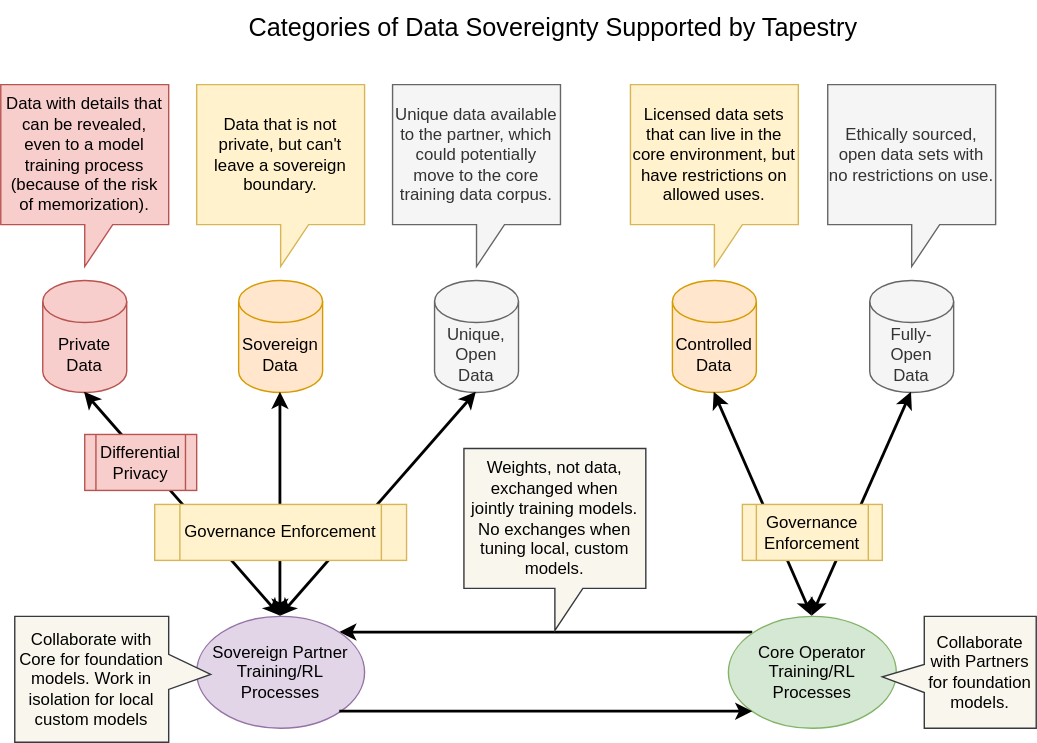
Earlier version of the draw.io export tech-docs/architecture/diagrams/data-sovereignty.svg (The-AI-Alliance/tapestry). Source tidied: cells renumbered, new cells last; positions are measured from the earlier drawing's top-left corner, leaving out a move shared by most shapes.
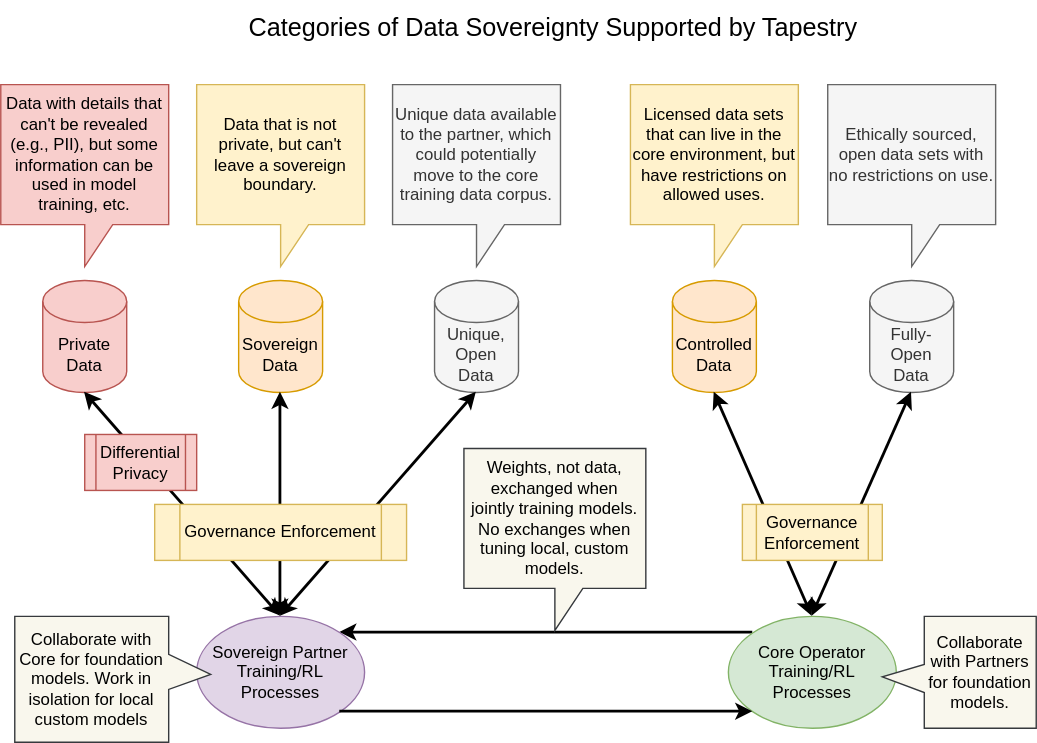
After the change.

Commit message:
Fixed bug in diagram.

What changed in the source:
```diff
@@ -32,7 +32,7 @@
     <mxCell id="11" style="endArrow=classic;startArrow=classic;html=1;rounded=0;entryX=0.5;entryY=1;entryDx=0;entryDy=0;entryPerimeter=0;exitX=0.5;exitY=0;exitDx=0;exitDy=0;strokeWidth=2;" parent="1" edge="1" source="4" target="10">
       <mxGeometry relative="1" as="geometry" />
     </mxCell>
-    <mxCell id="12" value="Data with details that can be revealed, even to a model training process (because of the risk of memorization)." style="shape=callout;whiteSpace=wrap;html=1;perimeter=calloutPerimeter;fillColor=#f8cecc;strokeColor=#b85450;" parent="1" vertex="1">
+    <mxCell id="12" value="Data with details that can't be revealed (e.g., PII), but some information can be used in model training, etc." style="shape=callout;whiteSpace=wrap;html=1;perimeter=calloutPerimeter;fillColor=#f8cecc;strokeColor=#b85450;" parent="1" vertex="1">
       <mxGeometry y="60" width="120" height="130" as="geometry" />
     </mxCell>
     <mxCell id="13" value="Data that is not private, but can't leave a sovereign boundary." style="shape=callout;whiteSpace=wrap;html=1;perimeter=calloutPerimeter;fillColor=#fff2cc;strokeColor=#d6b656;" parent="1" vertex="1">
```
